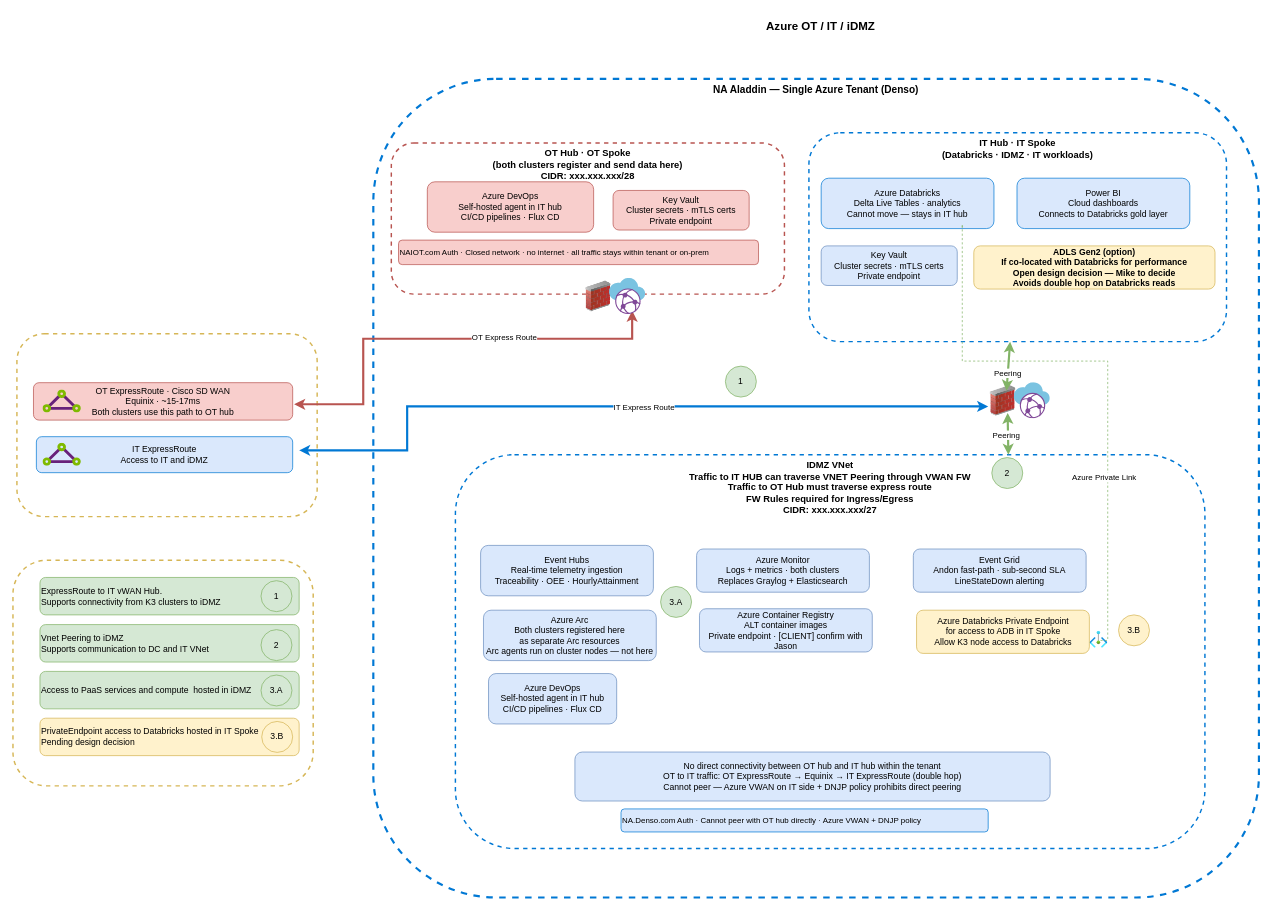
Above: page "Data Flow DC to Azure" (2 of 3) of Cluster-Network-Topology.drawio in avinashr-insight/manufacturing-iot (draw.io), before the change. Source tidied: cells renumbered, new cells numbered last; positions are measured from the earlier drawing's top-left corner, leaving out a move shared by most shapes. Both pictures are drawn from the tidied source at 72%, with x=0, y=0 at pixel (13, 12).
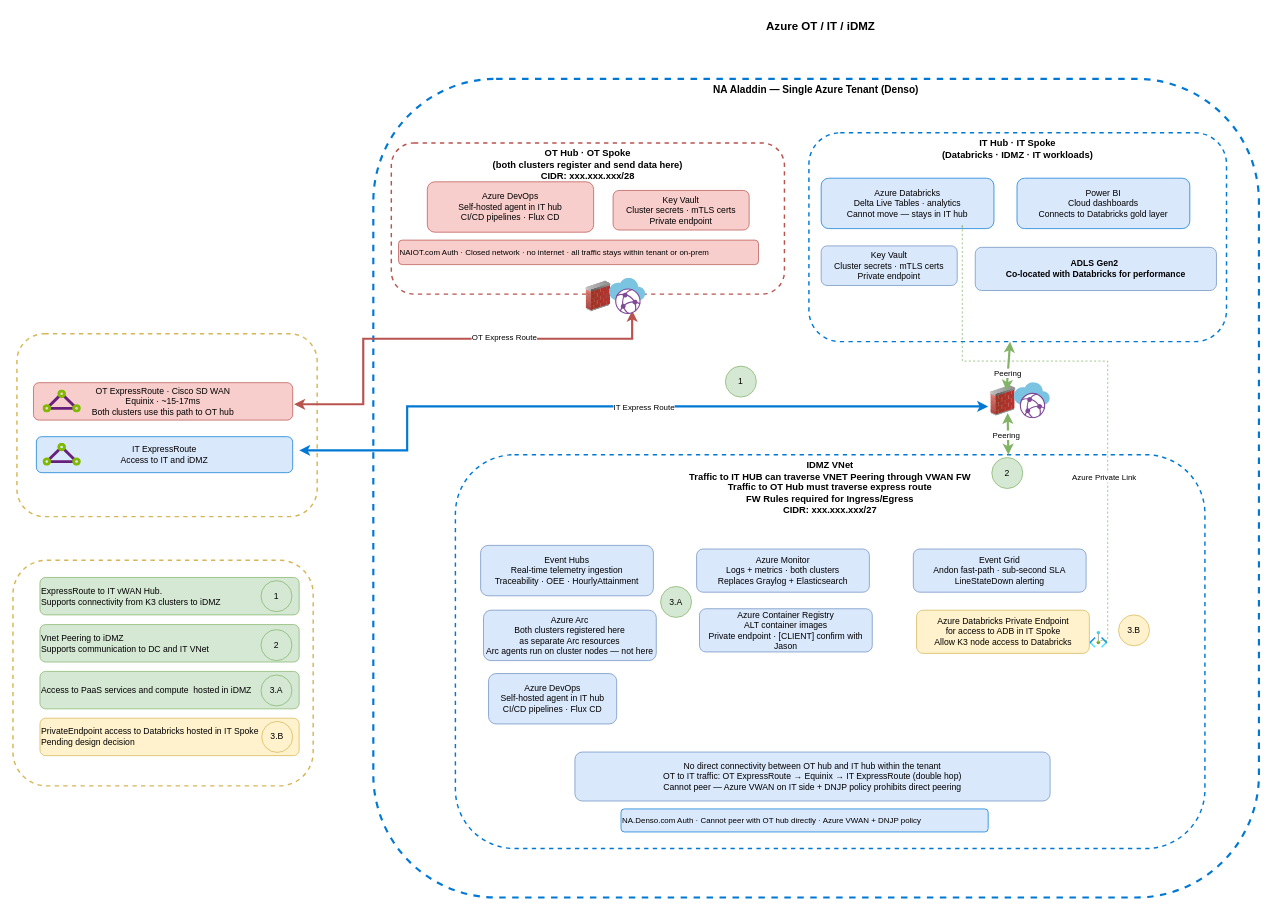
The same diagram, later.

The edit, as a diff of the source:
```diff
@@
-    <mxCell id="17" value="ADLS Gen2 (option)&#10;If co-located with Databricks for performance&#10;Open design decision — Mike to decide&#10;Avoids double hop on Databricks reads" style="rounded=1;whiteSpace=wrap;html=1;fillColor=#fff2cc;strokeColor=#d6b656;fontSize=12;fontStyle=1;" parent="1" vertex="1">
-      <mxGeometry x="1334" y="324" width="335" height="60" as="geometry" />
-    </mxCell>
@@
+    <mxCell id="56" value="ADLS Gen2&amp;nbsp;&lt;div&gt;Co-located with Databricks for performance&lt;/div&gt;" style="rounded=1;whiteSpace=wrap;html=1;fillColor=#dae8fc;strokeColor=#6c8ebf;fontSize=12;fontStyle=1;" parent="1" vertex="1">
+      <mxGeometry x="1336" y="326" width="335" height="60" as="geometry" />
+    </mxCell>
```
